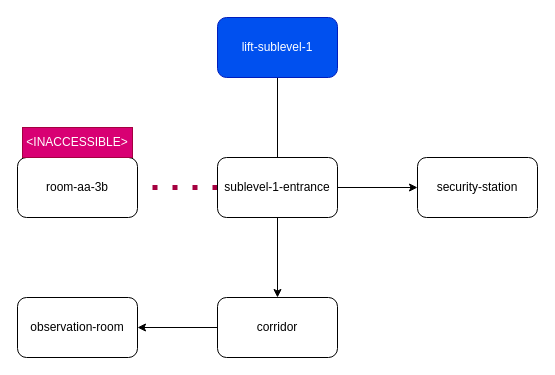
This is page "Sublevel-1" (2 of 2) of amble_map.drawio from pygmy-twylyte/amble, a draw.io file, before an edit. Source tidied: cells renumbered, new cells numbered last; positions are measured from the earlier drawing's top-left corner, leaving out a move shared by most shapes. Both pictures are drawn from the tidied source at 100%, with x=0, y=0 at pixel (17, 17).
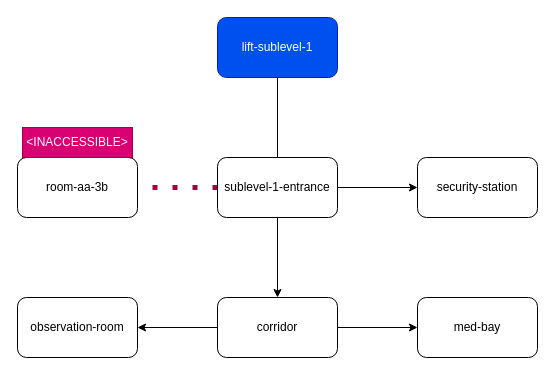
The same diagram, later.

Diff of the diagram source:
```diff
@@
 <mxGraphModel>
   <root>
     <mxCell id="0" />
     <mxCell id="1" parent="0" />
     <mxCell id="2" style="edgeStyle=orthogonalEdgeStyle;rounded=0;jettySize=auto;html=1;endArrow=none;" parent="1" edge="1" source="3" target="7">
       <mxGeometry relative="1" as="geometry" />
     </mxCell>
     <mxCell id="3" value="lift-sublevel-1" style="rounded=1;whiteSpace=wrap;html=1;fillColor=#0050ef;fontColor=#ffffff;strokeColor=#001DBC;" parent="1" vertex="1">
       <mxGeometry x="200" width="120" height="60" as="geometry" />
     </mxCell>
     <mxCell id="4" style="edgeStyle=orthogonalEdgeStyle;rounded=0;jettySize=auto;html=1;endArrow=none;dashed=1;dashPattern=1 3;strokeWidth=5;fillColor=#d80073;strokeColor=#A50040;" parent="1" edge="1" source="7" target="8">
       <mxGeometry relative="1" as="geometry" />
     </mxCell>
     <mxCell id="5" style="edgeStyle=orthogonalEdgeStyle;rounded=0;jettySize=auto;html=1;" parent="1" edge="1" source="7" target="11">
       <mxGeometry relative="1" as="geometry" />
     </mxCell>
     <mxCell id="6" style="edgeStyle=orthogonalEdgeStyle;rounded=0;jettySize=auto;html=1;" parent="1" edge="1" source="7" target="13">
       <mxGeometry relative="1" as="geometry" />
     </mxCell>
     <mxCell id="7" value="sublevel-1-entrance" style="rounded=1;whiteSpace=wrap;html=1;" parent="1" vertex="1">
       <mxGeometry x="200" y="140" width="120" height="60" as="geometry" />
     </mxCell>
     <mxCell id="8" value="room-aa-3b" style="rounded=1;whiteSpace=wrap;html=1;" parent="1" vertex="1">
       <mxGeometry y="140" width="120" height="60" as="geometry" />
     </mxCell>
     <mxCell id="9" value="&amp;lt;INACCESSIBLE&amp;gt;" style="text;html=1;align=center;verticalAlign=middle;whiteSpace=wrap;rounded=0;fillColor=#d80073;fontColor=#ffffff;strokeColor=#A50040;" parent="1" vertex="1">
       <mxGeometry x="5" y="110" width="110" height="30" as="geometry" />
     </mxCell>
     <mxCell id="10" style="edgeStyle=orthogonalEdgeStyle;rounded=0;jettySize=auto;html=1;" parent="1" edge="1" source="11" target="12">
       <mxGeometry relative="1" as="geometry" />
     </mxCell>
+    <mxCell id="14" style="edgeStyle=orthogonalEdgeStyle;rounded=0;jettySize=auto;html=1;" parent="1" edge="1" source="11" target="15">
+      <mxGeometry relative="1" as="geometry" />
+    </mxCell>
     <mxCell id="11" value="corridor" style="rounded=1;whiteSpace=wrap;html=1;" parent="1" vertex="1">
       <mxGeometry x="200" y="280" width="120" height="60" as="geometry" />
     </mxCell>
     <mxCell id="12" value="observation-room" style="rounded=1;whiteSpace=wrap;html=1;" parent="1" vertex="1">
       <mxGeometry y="280" width="120" height="60" as="geometry" />
     </mxCell>
     <mxCell id="13" value="security-station" style="rounded=1;whiteSpace=wrap;html=1;" parent="1" vertex="1">
       <mxGeometry x="400" y="140" width="120" height="60" as="geometry" />
     </mxCell>
+    <mxCell id="15" value="med-bay" style="rounded=1;whiteSpace=wrap;html=1;" parent="1" vertex="1">
+      <mxGeometry x="400" y="280" width="120" height="60" as="geometry" />
+    </mxCell>
   </root>
 </mxGraphModel>
```
